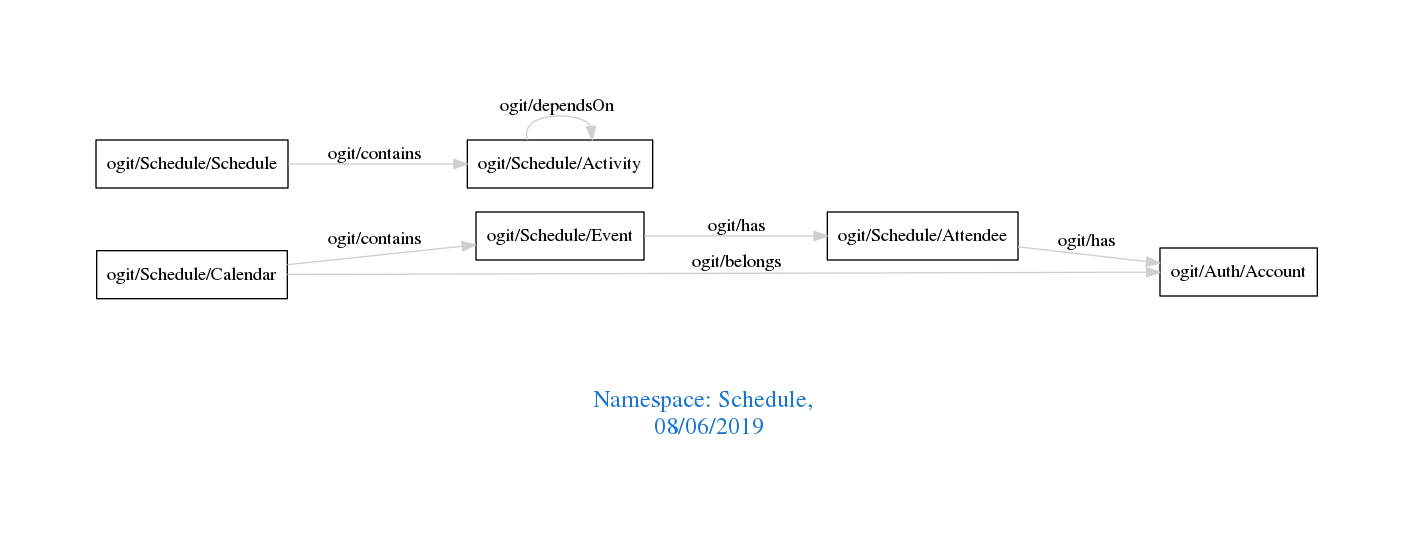
Before: downloads/Schedule.png, a diagram exported from Graphviz (arago/OGIT). Its source is kept beside it as downloads/Schedule.dot. Source of this version:
```dot
digraph OGIT_ontology {
 graph [ rankdir= LR,pad=1
fontsize = 18,
fontcolor= dodgerblue3,label = "\n\n\nNamespace: Schedule, \n 08/06/2019"];
node[shape=polygon];
edge [  color="gray81"];

   "ogit/Schedule/Calendar" -> "ogit/Schedule/Event" [label="   ogit/contains    "];
   "ogit/Schedule/Schedule" -> "ogit/Schedule/Activity" [label="   ogit/contains    "];
   "ogit/Schedule/Calendar" -> "ogit/Auth/Account" [label="   ogit/belongs    "];
   "ogit/Schedule/Attendee" -> "ogit/Auth/Account" [label="   ogit/has    "];
   "ogit/Schedule/Event" -> "ogit/Schedule/Attendee" [label="   ogit/has    "];
   "ogit/Schedule/Activity" -> "ogit/Schedule/Activity" [label="   ogit/dependsOn    "];
}
```
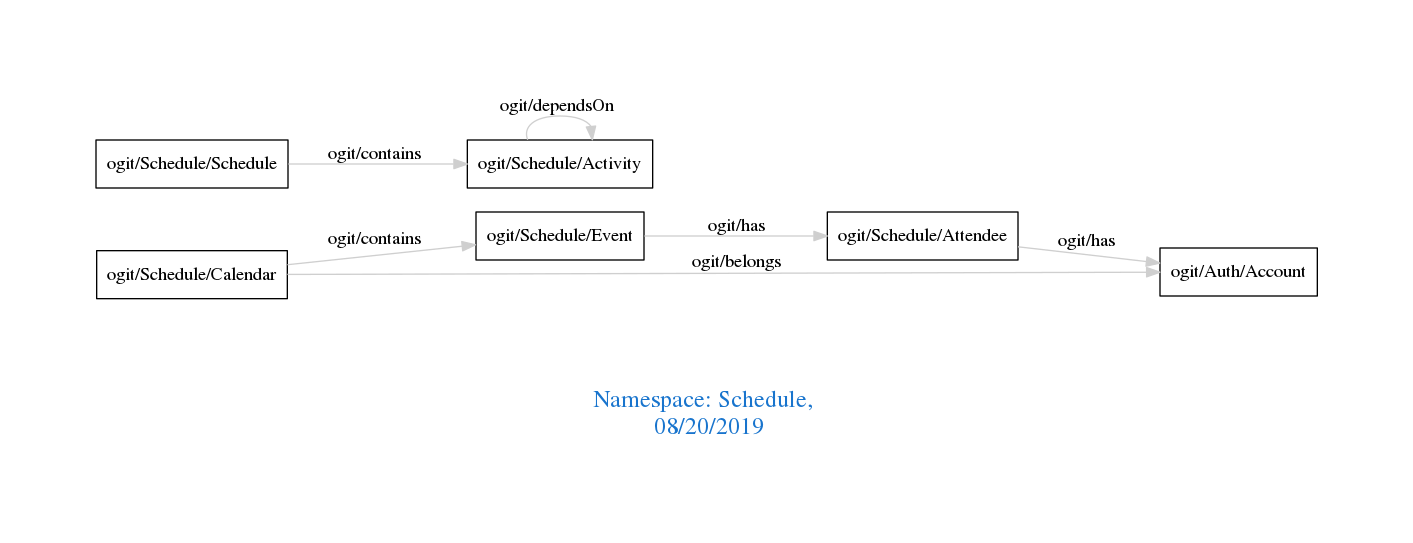
Above is the later version.

Diff of the diagram source:
```diff
@@ -1,7 +1,7 @@
 digraph OGIT_ontology {
  graph [ rankdir= LR,pad=1
 fontsize = 18,
-fontcolor= dodgerblue3,label = "\n\n\nNamespace: Schedule, \n 08/06/2019"];
+fontcolor= dodgerblue3,label = "\n\n\nNamespace: Schedule, \n 08/20/2019"];
 node[shape=polygon];
 edge [  color="gray81"];
 
```
